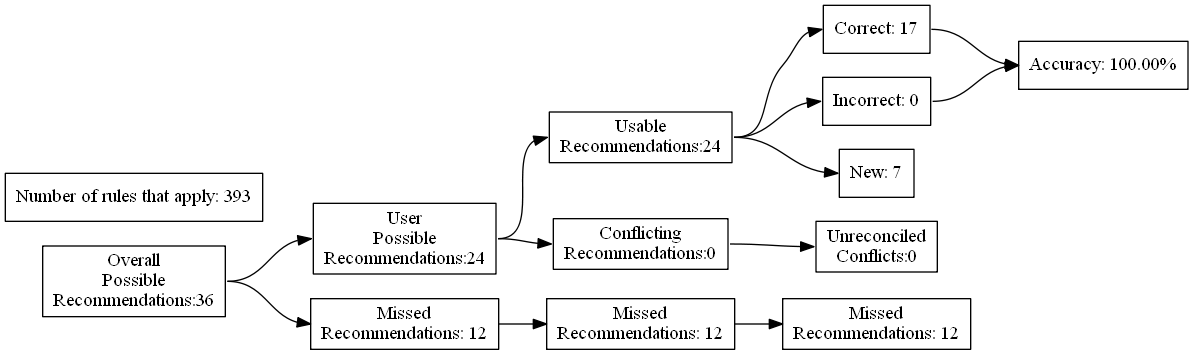
Earlier version of the Graphviz export test_renders/100.gv.png (ZaxR/ibd_diet_analysis). Its source is kept beside it as test_renders/100.gv. Source of this version:
```dot
digraph {
	graph [rankdir=LR]
	node [pos=r shape=box]
	edge [headport=w tailport=e]
		A [label="Overall
Possible
Recommendations:36"]
		B [label="User
Possible
Recommendations:24"]
		C [label="Missed
Recommendations: 12"]
		D [label="Usable
Recommendations:24"]
		E [label="Conflicting
Recommendations:0"]
		J [label="Missed
Recommendations: 12"]
		M [label="Unreconciled
Conflicts:0"]
		F [label="Correct: 17"]
		G [label="Incorrect: 0"]
		H [label="New: 7"]
		K [label="Missed
Recommendations: 12"]
		I [label="Accuracy: 100.00%"]
		l [label="Number of rules that apply: 393"]
			A -> B
			A -> C
			B -> D
			B -> E
			D -> F
			D -> G
			D -> H
			F -> I
			G -> I
			C -> J
			J -> K
			E -> M
}
```
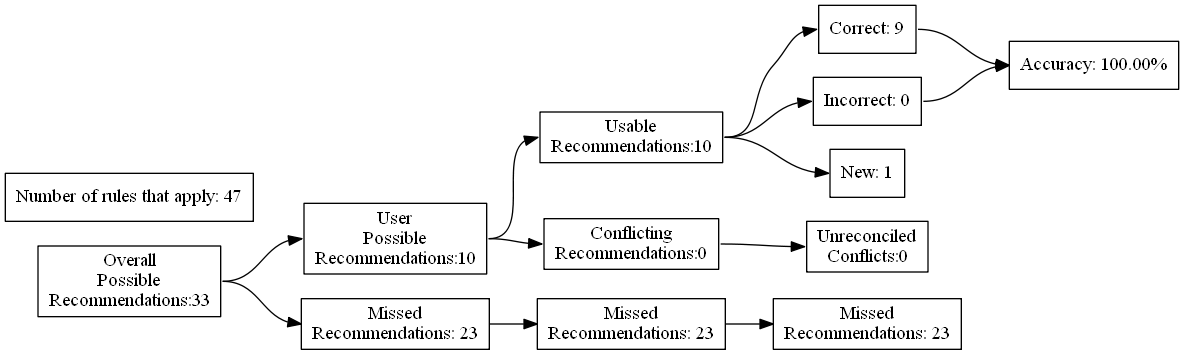
After the change.

The edit, as a diff of the source:
```diff
@@ -4,27 +4,27 @@
 	edge [headport=w tailport=e]
 		A [label="Overall
 Possible
-Recommendations:36"]
+Recommendations:33"]
 		B [label="User
 Possible
-Recommendations:24"]
+Recommendations:10"]
 		C [label="Missed
-Recommendations: 12"]
+Recommendations: 23"]
 		D [label="Usable
-Recommendations:24"]
+Recommendations:10"]
 		E [label="Conflicting
 Recommendations:0"]
 		J [label="Missed
-Recommendations: 12"]
+Recommendations: 23"]
 		M [label="Unreconciled
 Conflicts:0"]
-		F [label="Correct: 17"]
+		F [label="Correct: 9"]
 		G [label="Incorrect: 0"]
-		H [label="New: 7"]
+		H [label="New: 1"]
 		K [label="Missed
-Recommendations: 12"]
+Recommendations: 23"]
 		I [label="Accuracy: 100.00%"]
-		l [label="Number of rules that apply: 393"]
+		l [label="Number of rules that apply: 47"]
 			A -> B
 			A -> C
 			B -> D
```
